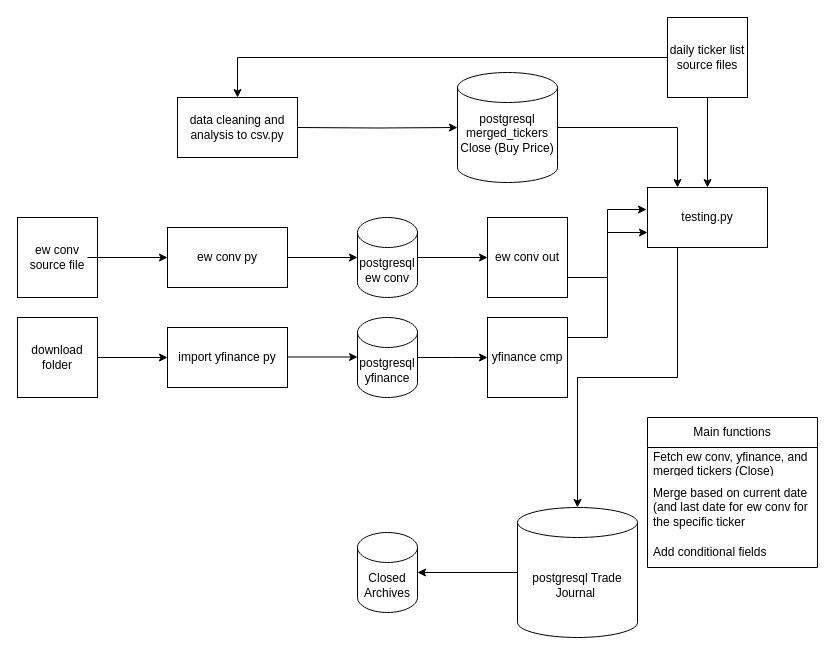
osalmatar/quick-work keeps this draw.io diagram as tickers6/workflow.drawio. Above is the earlier version. Source tidied: cells renumbered, new cells numbered last; positions are measured from the earlier drawing's top-left corner, leaving out a move shared by most shapes. Both pictures are drawn from the tidied source at 100%, with x=0, y=0 at pixel (17, 17).
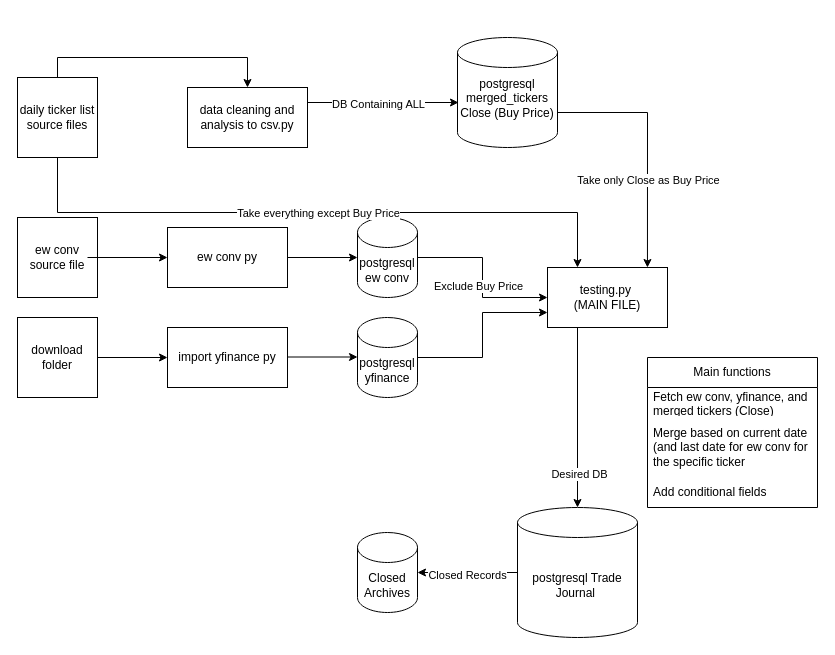
The same diagram, later.

Unchanged cells that the change refers to:
```xml
<mxCell id="8" value="postgresql ew conv" style="shape=cylinder3;whiteSpace=wrap;html=1;boundedLbl=1;backgroundOutline=1;size=15;" parent="1" vertex="1">
  <mxGeometry x="340" y="200" width="60" height="80" as="geometry" />
</mxCell>
<mxCell id="10" value="postgresql yfinance" style="shape=cylinder3;whiteSpace=wrap;html=1;boundedLbl=1;backgroundOutline=1;size=15;" parent="1" vertex="1">
  <mxGeometry x="340" y="300" width="60" height="80" as="geometry" />
</mxCell>
<mxCell id="25" style="edgeStyle=orthogonalEdgeStyle;rounded=0;jettySize=auto;html=1;exitX=0.25;exitY=1;exitDx=0;exitDy=0;entryX=0.5;entryY=0;entryDx=0;entryDy=0;entryPerimeter=0;" parent="1" edge="1" source="4" target="20">
  <mxGeometry relative="1" as="geometry" />
</mxCell>
<mxCell id="29" style="edgeStyle=orthogonalEdgeStyle;rounded=0;jettySize=auto;html=1;entryX=1;entryY=0.5;entryDx=0;entryDy=0;entryPerimeter=0;" parent="1" edge="1" source="20" target="26">
  <mxGeometry relative="1" as="geometry" />
</mxCell>
```

Change to the diagram source:
```diff
@@
-    <mxCell id="4" value="testing.py" style="rounded=0;whiteSpace=wrap;html=1;" parent="1" vertex="1">
-      <mxGeometry x="630" y="170" width="120" height="60" as="geometry" />
+    <mxCell id="4" value="testing.py&amp;nbsp;&lt;div&gt;(MAIN FILE)&lt;/div&gt;" style="rounded=0;whiteSpace=wrap;html=1;" parent="1" vertex="1">
+      <mxGeometry x="530" y="250" width="120" height="60" as="geometry" />
     </mxCell>
@@
-    <mxCell id="7" style="edgeStyle=orthogonalEdgeStyle;rounded=0;jettySize=auto;html=1;exitX=1;exitY=0.5;exitDx=0;exitDy=0;exitPerimeter=0;entryX=0;entryY=0.5;entryDx=0;entryDy=0;" parent="1" edge="1" source="8" target="13">
+    <mxCell id="7" style="edgeStyle=orthogonalEdgeStyle;rounded=0;jettySize=auto;html=1;exitX=1;exitY=0.5;exitDx=0;exitDy=0;exitPerimeter=0;entryX=0;entryY=0.5;entryDx=0;entryDy=0;" parent="1" edge="1" source="8" target="4">
       <mxGeometry relative="1" as="geometry" />
     </mxCell>
+    <mxCell id="34" value="Exclude Buy Price" style="edgeLabel;html=1;align=center;verticalAlign=middle;" parent="7" vertex="1">
+      <mxGeometry x="0.09" relative="1" as="geometry">
+        <mxPoint x="-5" as="offset" />
+      </mxGeometry>
+    </mxCell>
@@
-    <mxCell id="9" style="edgeStyle=orthogonalEdgeStyle;rounded=0;jettySize=auto;html=1;exitX=1;exitY=0.5;exitDx=0;exitDy=0;exitPerimeter=0;" parent="1" edge="1" source="10">
-      <mxGeometry relative="1" as="geometry">
-        <mxPoint x="470" y="340" as="targetPoint" />
-      </mxGeometry>
+    <mxCell id="9" style="edgeStyle=orthogonalEdgeStyle;rounded=0;jettySize=auto;html=1;exitX=1;exitY=0.5;exitDx=0;exitDy=0;exitPerimeter=0;entryX=0;entryY=0.75;entryDx=0;entryDy=0;" parent="1" edge="1" source="10" target="4">
+      <mxGeometry relative="1" as="geometry" />
     </mxCell>
@@
-    <mxCell id="13" value="ew conv out" style="whiteSpace=wrap;html=1;" parent="1" vertex="1">
-      <mxGeometry x="470" y="200" width="80" height="80" as="geometry" />
-    </mxCell>
-    <mxCell id="14" style="edgeStyle=orthogonalEdgeStyle;rounded=0;jettySize=auto;html=1;exitX=1;exitY=0.25;exitDx=0;exitDy=0;entryX=0;entryY=0.75;entryDx=0;entryDy=0;" parent="1" edge="1" source="15" target="4">
-      <mxGeometry relative="1" as="geometry" />
-    </mxCell>
-    <mxCell id="15" value="yfinance cmp" style="whiteSpace=wrap;html=1;" parent="1" vertex="1">
-      <mxGeometry x="470" y="300" width="80" height="80" as="geometry" />
-    </mxCell>
-    <mxCell id="16" style="edgeStyle=orthogonalEdgeStyle;rounded=0;jettySize=auto;html=1;exitX=1;exitY=0.75;exitDx=0;exitDy=0;entryX=-0.008;entryY=0.367;entryDx=0;entryDy=0;entryPerimeter=0;" parent="1" edge="1" source="13" target="4">
-      <mxGeometry relative="1" as="geometry" />
-    </mxCell>
-    <mxCell id="17" style="edgeStyle=orthogonalEdgeStyle;rounded=0;jettySize=auto;html=1;exitX=0.5;exitY=1;exitDx=0;exitDy=0;entryX=0.5;entryY=0;entryDx=0;entryDy=0;" parent="1" edge="1" source="19" target="4">
-      <mxGeometry relative="1" as="geometry" />
-    </mxCell>
-    <mxCell id="18" style="edgeStyle=orthogonalEdgeStyle;rounded=0;jettySize=auto;html=1;entryX=0.5;entryY=0;entryDx=0;entryDy=0;" parent="1" edge="1" source="19" target="31">
+    <mxCell id="18" style="edgeStyle=orthogonalEdgeStyle;rounded=0;jettySize=auto;html=1;entryX=0.5;entryY=0;entryDx=0;entryDy=0;exitX=0.5;exitY=0;exitDx=0;exitDy=0;" parent="1" edge="1" source="19" target="31">
       <mxGeometry relative="1" as="geometry" />
     </mxCell>
     <mxCell id="19" value="daily ticker list source files" style="whiteSpace=wrap;html=1;" parent="1" vertex="1">
-      <mxGeometry x="650" width="80" height="80" as="geometry" />
+      <mxGeometry y="60" width="80" height="80" as="geometry" />
     </mxCell>
@@
     <mxCell id="21" value="Main functions" style="swimlane;fontStyle=0;horizontal=1;startSize=30;whiteSpace=wrap;html=1;" parent="1" vertex="1">
-      <mxGeometry x="630" y="400" width="170" height="150" as="geometry" />
+      <mxGeometry x="630" y="340" width="170" height="150" as="geometry" />
     </mxCell>
@@
+    <mxCell id="35" value="Desired DB" style="edgeLabel;html=1;align=center;verticalAlign=middle;" parent="25" vertex="1">
+      <mxGeometry x="0.62" y="1" relative="1" as="geometry" />
+    </mxCell>
@@
+    <mxCell id="28" style="edgeStyle=orthogonalEdgeStyle;rounded=0;jettySize=auto;html=1;entryX=0.833;entryY=0;entryDx=0;entryDy=0;entryPerimeter=0;exitX=1;exitY=0;exitDx=0;exitDy=75;exitPerimeter=0;" parent="1" edge="1" source="27" target="4">
+      <mxGeometry relative="1" as="geometry" />
+    </mxCell>
+    <mxCell id="36" value="Take only Close as Buy Price" style="edgeLabel;html=1;align=center;verticalAlign=middle;" parent="28" vertex="1">
+      <mxGeometry x="0.28" y="1" relative="1" as="geometry" />
+    </mxCell>
     <mxCell id="27" value="postgresql&lt;div&gt;merged_tickers Close (Buy Price)&lt;div&gt;&lt;br&gt;&lt;/div&gt;&lt;/div&gt;" style="shape=cylinder3;whiteSpace=wrap;html=1;boundedLbl=1;backgroundOutline=1;size=15;" parent="1" vertex="1">
-      <mxGeometry x="440" y="55" width="100" height="110" as="geometry" />
+      <mxGeometry x="440" y="20" width="100" height="110" as="geometry" />
     </mxCell>
-    <mxCell id="28" style="edgeStyle=orthogonalEdgeStyle;rounded=0;jettySize=auto;html=1;entryX=0.25;entryY=0;entryDx=0;entryDy=0;" parent="1" edge="1" source="27" target="4">
-      <mxGeometry relative="1" as="geometry" />
-    </mxCell>
@@
-    <mxCell id="30" style="edgeStyle=orthogonalEdgeStyle;rounded=0;jettySize=auto;html=1;" parent="1" edge="1" target="27">
-      <mxGeometry relative="1" as="geometry">
-        <mxPoint x="280" y="110" as="sourcePoint" />
-      </mxGeometry>
-    </mxCell>
+    <mxCell id="37" value="Closed Records" style="edgeLabel;html=1;align=center;verticalAlign=middle;" parent="29" vertex="1">
+      <mxGeometry x="0.02" y="2" relative="1" as="geometry" />
+    </mxCell>
     <mxCell id="31" value="data cleaning and analysis to csv.&lt;span style=&quot;background-color: initial;&quot;&gt;py&lt;/span&gt;" style="rounded=0;whiteSpace=wrap;html=1;" parent="1" vertex="1">
-      <mxGeometry x="160" y="80" width="120" height="60" as="geometry" />
+      <mxGeometry x="170" y="70" width="120" height="60" as="geometry" />
     </mxCell>
@@
+    <mxCell id="17" style="edgeStyle=orthogonalEdgeStyle;rounded=0;jettySize=auto;html=1;exitX=0.5;exitY=1;exitDx=0;exitDy=0;entryX=0.25;entryY=0;entryDx=0;entryDy=0;" parent="1" edge="1" source="19" target="4">
+      <mxGeometry relative="1" as="geometry" />
+    </mxCell>
+    <mxCell id="38" value="Take everything except Buy Price" style="edgeLabel;html=1;align=center;verticalAlign=middle;" parent="17" vertex="1">
+      <mxGeometry relative="1" as="geometry" />
+    </mxCell>
+    <mxCell id="39" style="edgeStyle=orthogonalEdgeStyle;rounded=0;jettySize=auto;html=1;exitX=1;exitY=0.25;exitDx=0;exitDy=0;entryX=0.01;entryY=0.591;entryDx=0;entryDy=0;entryPerimeter=0;" parent="1" edge="1" source="31" target="27">
+      <mxGeometry relative="1" as="geometry" />
+    </mxCell>
+    <mxCell id="40" value="DB Containing ALL" style="edgeLabel;html=1;align=center;verticalAlign=middle;" parent="39" vertex="1">
+      <mxGeometry x="-0.06" y="-1" relative="1" as="geometry" />
+    </mxCell>
```
